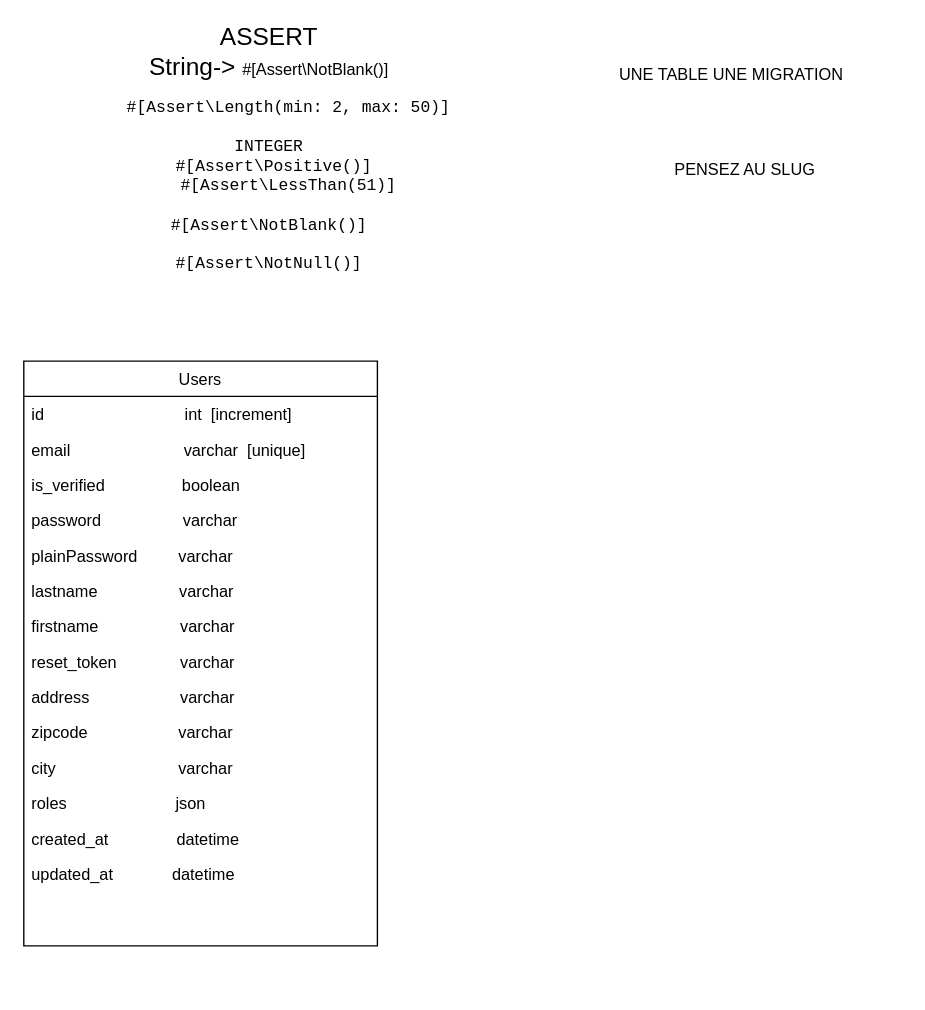
The draw.io diagram astandard.drawio in cyrisa02/diagrammes-UML, before the edit. Source tidied: cells renumbered, new cells numbered last; positions are measured from the earlier drawing's top-left corner, leaving out a move shared by most shapes. Both pictures are drawn from the tidied source at 136%, with x=0, y=0 at pixel (23, 27).
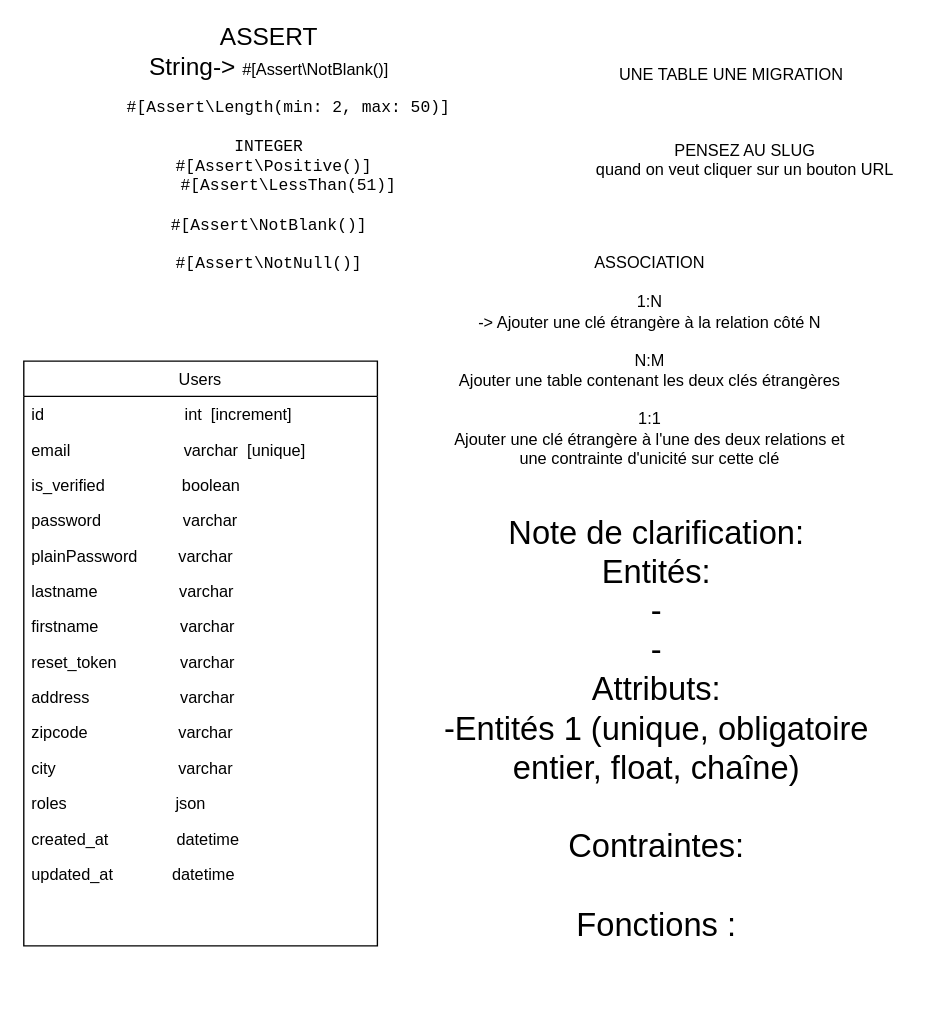
The same page after the edit.

The edit, as a diff of the source:
```diff
@@
-    <mxCell id="19" value="PENSEZ AU SLUG" style="text;html=1;align=center;verticalAlign=middle;fillColor=none;strokeColor=none;rounded=0;" parent="1" vertex="1">
-      <mxGeometry x="470" y="95" width="120" height="20" as="geometry" />
+    <mxCell id="19" value="&lt;div&gt;PENSEZ AU SLUG&lt;/div&gt;&lt;div&gt;quand on veut cliquer sur un bouton URL &lt;br&gt;&lt;/div&gt;&lt;div&gt;&lt;br&gt;&lt;/div&gt;" style="text;html=1;align=center;verticalAlign=middle;fillColor=none;strokeColor=none;rounded=0;" parent="1" vertex="1">
+      <mxGeometry x="415" y="80" width="230" height="50" as="geometry" />
     </mxCell>
+    <mxCell id="20" value="&lt;div&gt;ASSOCIATION&lt;/div&gt;&lt;div&gt;&lt;br&gt;&lt;/div&gt;&lt;div&gt;1:N &lt;br&gt;&lt;/div&gt;&lt;div&gt;-&amp;gt; Ajouter une clé étrangère à la relation côté N&lt;/div&gt;&lt;div&gt;&lt;br&gt;&lt;/div&gt;&lt;div&gt;N:M&lt;/div&gt;&lt;div&gt;Ajouter une table contenant les deux clés étrangères&lt;/div&gt;&lt;div&gt;&lt;br&gt;&lt;/div&gt;&lt;div&gt;1:1&lt;/div&gt;&lt;div&gt;Ajouter une clé étrangère à l'une des deux relations et &lt;br&gt;&lt;/div&gt;&lt;div&gt;une contrainte d'unicité sur cette clé&lt;br&gt;&lt;/div&gt;" style="text;html=1;align=center;verticalAlign=middle;fillColor=none;strokeColor=none;rounded=0;" parent="1" vertex="1">
+      <mxGeometry x="310" y="165" width="300" height="160" as="geometry" />
+    </mxCell>
+    <mxCell id="21" value="&lt;div&gt;Note de clarification:&lt;/div&gt;&lt;div&gt;Entités:&lt;/div&gt;&lt;div&gt;-&lt;/div&gt;&lt;div&gt;-&lt;/div&gt;&lt;div&gt;Attributs:&lt;/div&gt;&lt;div&gt;-Entités 1 (unique, obligatoire&lt;/div&gt;&lt;div&gt;entier, float, chaîne)&lt;/div&gt;&lt;div&gt;&lt;br&gt;&lt;/div&gt;&lt;div&gt;Contraintes:&lt;/div&gt;&lt;div&gt;&lt;br&gt;&lt;/div&gt;&lt;div&gt;Fonctions :&lt;/div&gt;&lt;div&gt;&lt;br&gt;&lt;/div&gt;" style="text;html=1;align=center;verticalAlign=middle;fillColor=none;strokeColor=none;rounded=0;fontSize=24;" parent="1" vertex="1">
+      <mxGeometry x="300" y="355" width="330" height="350" as="geometry" />
+    </mxCell>
```
